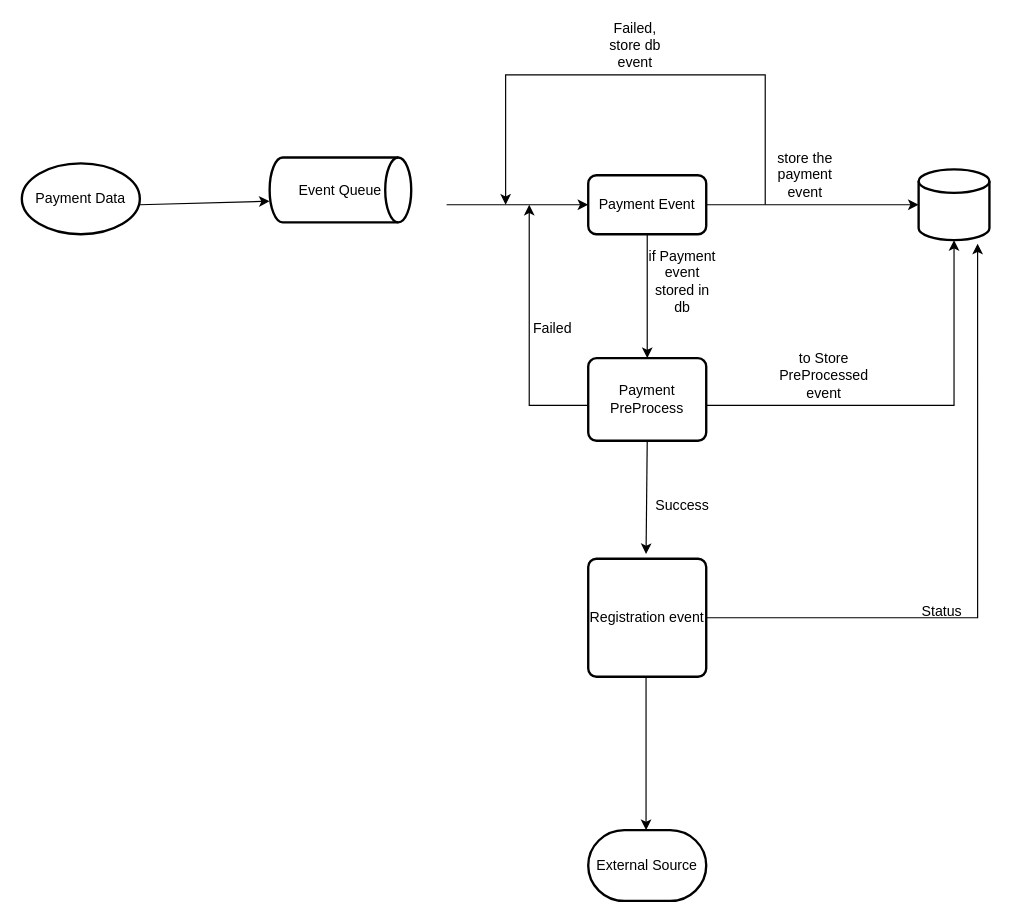
The draw.io diagram Docs/PaymentDataFlow.drawio in praveenraja9333/AbstractPaymentService, before the edit. Source tidied: cells renumbered, new cells numbered last; positions are measured from the earlier drawing's top-left corner, leaving out a move shared by most shapes. Both pictures are drawn from the tidied source at 118%, with x=0, y=0 at pixel (21, 27).
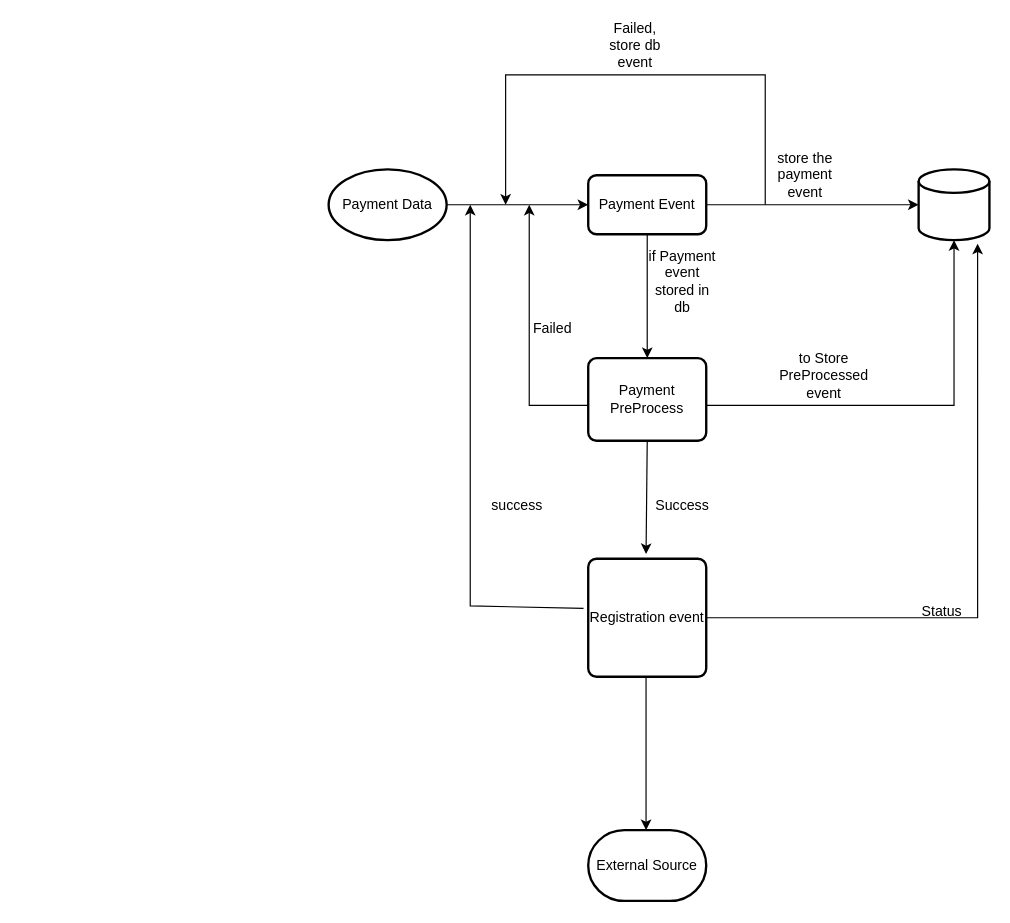
The same page after the edit.

Commit message:
Payment Service

Unchanged cells that the change refers to:
```xml
<mxCell id="13" value="Registration event" style="rounded=1;whiteSpace=wrap;html=1;absoluteArcSize=1;arcSize=14;strokeWidth=2;" parent="1" vertex="1">
  <mxGeometry x="480" y="450" width="100" height="100" as="geometry" />
</mxCell>
```

Diff of the diagram source:
```diff
@@
     <mxCell id="2" value="Payment Data" style="strokeWidth=2;html=1;shape=mxgraph.flowchart.start_1;whiteSpace=wrap;" parent="1" vertex="1">
-      <mxGeometry y="115" width="100" height="60" as="geometry" />
+      <mxGeometry x="260" y="120" width="100" height="60" as="geometry" />
     </mxCell>
@@
-    <mxCell id="24" value="Event Queue" style="strokeWidth=2;html=1;shape=mxgraph.flowchart.direct_data;whiteSpace=wrap;" parent="1" vertex="1">
-      <mxGeometry x="210" y="110" width="120" height="55" as="geometry" />
-    </mxCell>
-    <mxCell id="25" style="endArrow=classic;html=1;rounded=0;entryX=0;entryY=0.673;entryDx=0;entryDy=0;entryPerimeter=0;" parent="1" edge="1" target="24">
-      <mxGeometry relative="1" as="geometry">
-        <mxPoint x="100" y="150" as="sourcePoint" />
-      </mxGeometry>
-    </mxCell>
+    <mxCell id="26" style="endArrow=classic;html=1;rounded=0;exitX=-0.04;exitY=0.42;exitDx=0;exitDy=0;exitPerimeter=0;" parent="1" edge="1" source="13">
+      <mxGeometry relative="1" as="geometry">
+        <mxPoint x="380" y="150" as="targetPoint" />
+        <Array as="points">
+          <mxPoint x="380" y="490" />
+        </Array>
+      </mxGeometry>
+    </mxCell>
+    <mxCell id="27" value="success" style="text;strokeColor=none;align=center;fillColor=none;html=1;verticalAlign=middle;whiteSpace=wrap;rounded=0;" parent="1" vertex="1">
+      <mxGeometry x="390" y="390" width="60" height="30" as="geometry" />
+    </mxCell>
```
